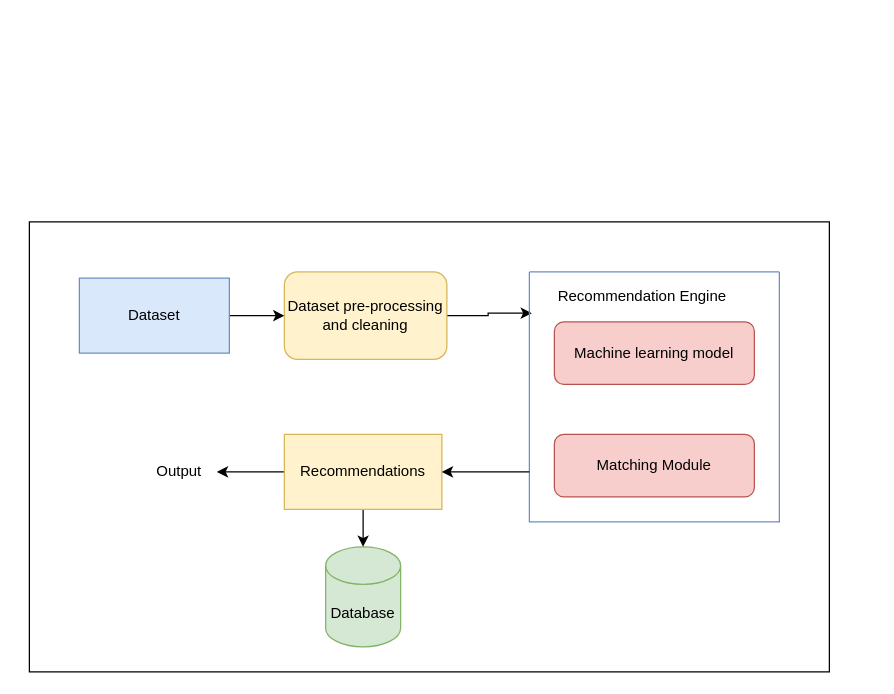
The draw.io diagram Chart Diagram.drawio in JohnMugambi/Files, before the edit. Source tidied: cells renumbered, new cells numbered last; positions are measured from the earlier drawing's top-left corner, leaving out a move shared by most shapes. Both pictures are drawn from the tidied source at 125%, with x=0, y=0 at pixel (29, 221).
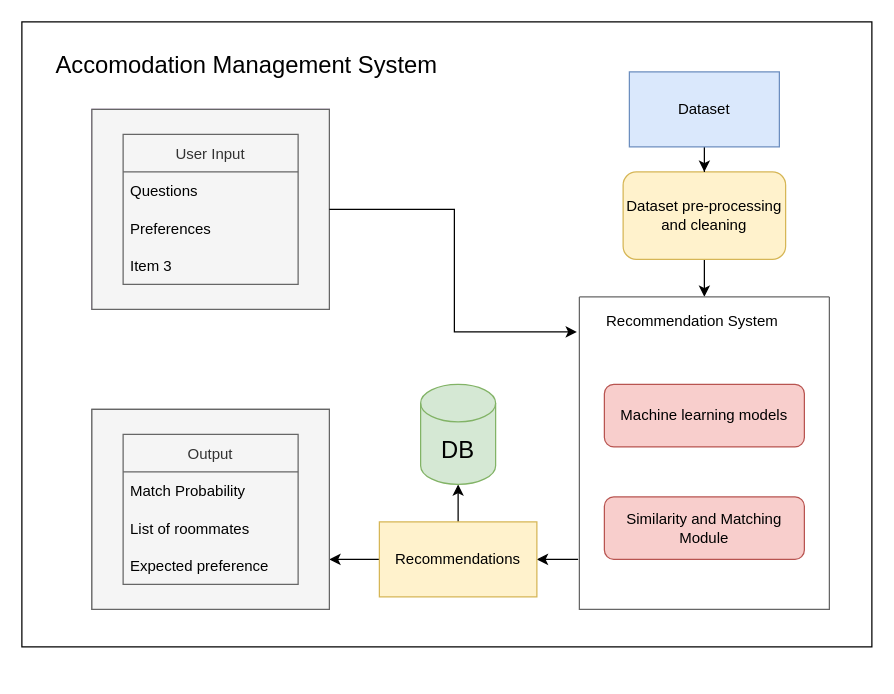
The same page after the edit.

What changed in the source:
```diff
@@
     <mxCell id="2" style="rounded=0;whiteSpace=wrap;html=1;" parent="1" vertex="1">
-      <mxGeometry width="640" height="360" as="geometry" />
+      <mxGeometry x="-6" y="-160" width="680" height="500" as="geometry" />
     </mxCell>
-    <mxCell id="3" value="Database" style="shape=cylinder3;whiteSpace=wrap;html=1;boundedLbl=1;backgroundOutline=1;size=15;fillColor=#d5e8d4;strokeColor=#82b366;" parent="1" vertex="1">
-      <mxGeometry x="237" y="260" width="60" height="80" as="geometry" />
-    </mxCell>
-    <mxCell id="4" style="edgeStyle=orthogonalEdgeStyle;rounded=0;jettySize=auto;html=1;entryX=0.01;entryY=0.165;entryDx=0;entryDy=0;entryPerimeter=0;" parent="1" edge="1" source="5" target="8">
+    <mxCell id="4" style="edgeStyle=orthogonalEdgeStyle;rounded=0;jettySize=auto;html=1;entryX=0.5;entryY=0;entryDx=0;entryDy=0;" parent="1" edge="1" source="5" target="8">
       <mxGeometry relative="1" as="geometry" />
     </mxCell>
     <mxCell id="5" value="Dataset pre-processing and cleaning " style="rounded=1;whiteSpace=wrap;html=1;fillColor=#fff2cc;strokeColor=#d6b656;" parent="1" vertex="1">
-      <mxGeometry x="204" y="40" width="130" height="70" as="geometry" />
+      <mxGeometry x="475" y="-40" width="130" height="70" as="geometry" />
     </mxCell>
-    <mxCell id="6" style="edgeStyle=orthogonalEdgeStyle;rounded=0;jettySize=auto;html=1;entryX=0;entryY=0.5;entryDx=0;entryDy=0;" parent="1" edge="1" source="7" target="5">
+    <mxCell id="6" style="edgeStyle=orthogonalEdgeStyle;rounded=0;jettySize=auto;html=1;entryX=0.5;entryY=0;entryDx=0;entryDy=0;" parent="1" edge="1" source="7" target="5">
       <mxGeometry relative="1" as="geometry" />
     </mxCell>
-    <mxCell id="7" value="Dataset" style="rounded=0;whiteSpace=wrap;html=1;fillColor=#dae8fc;strokeColor=#6c8ebf;" parent="1" vertex="1">
-      <mxGeometry x="40" y="45" width="120" height="60" as="geometry" />
-    </mxCell>
+    <mxCell id="18" style="edgeStyle=orthogonalEdgeStyle;rounded=0;jettySize=auto;html=1;exitX=-0.005;exitY=0.84;exitDx=0;exitDy=0;exitPerimeter=0;" parent="1" edge="1" source="8" target="15">
+      <mxGeometry relative="1" as="geometry" />
+    </mxCell>
-    <mxCell id="8" style="swimlane;startSize=0;fillColor=#dae8fc;strokeColor=#6c8ebf;" parent="1" vertex="1">
-      <mxGeometry x="400" y="40" width="200" height="200" as="geometry" />
+    <mxCell id="8" style="swimlane;startSize=0;fillColor=#f5f5f5;strokeColor=#666666;fontColor=#333333;" parent="1" vertex="1">
+      <mxGeometry x="440" y="60" width="200" height="250" as="geometry" />
     </mxCell>
-    <mxCell id="9" value="Recommendation Engine" style="text;html=1;align=center;verticalAlign=middle;strokeColor=none;fillColor=none;" parent="8" vertex="1">
-      <mxGeometry x="10" y="10" width="160" height="20" as="geometry" />
+    <mxCell id="9" value="Recommendation System" style="text;html=1;align=center;verticalAlign=middle;strokeColor=none;fillColor=none;" parent="8" vertex="1">
+      <mxGeometry x="10" y="5" width="160" height="30" as="geometry" />
     </mxCell>
-    <mxCell id="10" value="Machine learning model" style="rounded=1;whiteSpace=wrap;html=1;fillColor=#f8cecc;strokeColor=#b85450;" parent="8" vertex="1">
-      <mxGeometry x="20" y="40" width="160" height="50" as="geometry" />
+    <mxCell id="10" value="Machine learning models" style="rounded=1;whiteSpace=wrap;html=1;fillColor=#f8cecc;strokeColor=#b85450;" parent="8" vertex="1">
+      <mxGeometry x="20" y="70" width="160" height="50" as="geometry" />
     </mxCell>
-    <mxCell id="11" value="Matching Module" style="rounded=1;whiteSpace=wrap;html=1;fillColor=#f8cecc;strokeColor=#b85450;" parent="8" vertex="1">
-      <mxGeometry x="20" y="130" width="160" height="50" as="geometry" />
+    <mxCell id="11" value="Similarity and Matching Module" style="rounded=1;whiteSpace=wrap;html=1;fillColor=#f8cecc;strokeColor=#b85450;" parent="8" vertex="1">
+      <mxGeometry x="20" y="160" width="160" height="50" as="geometry" />
     </mxCell>
-    <mxCell id="12" style="edgeStyle=orthogonalEdgeStyle;rounded=0;jettySize=auto;html=1;" parent="1" edge="1" source="15" target="3">
-      <mxGeometry relative="1" as="geometry" />
-    </mxCell>
@@
-    <mxCell id="14" style="edgeStyle=orthogonalEdgeStyle;rounded=0;jettySize=auto;html=1;" parent="1" edge="1" source="15" target="17">
-      <mxGeometry relative="1" as="geometry" />
-    </mxCell>
+    <mxCell id="19" style="edgeStyle=orthogonalEdgeStyle;rounded=0;jettySize=auto;html=1;entryX=1;entryY=0.75;entryDx=0;entryDy=0;" parent="1" edge="1" source="15" target="28">
+      <mxGeometry relative="1" as="geometry" />
+    </mxCell>
+    <mxCell id="20" style="edgeStyle=orthogonalEdgeStyle;rounded=0;jettySize=auto;html=1;fontSize=19;" parent="1" edge="1" source="15" target="34">
+      <mxGeometry relative="1" as="geometry" />
+    </mxCell>
     <mxCell id="15" value="Recommendations" style="rounded=0;whiteSpace=wrap;html=1;fillColor=#fff2cc;strokeColor=#d6b656;" parent="1" vertex="1">
-      <mxGeometry x="204" y="170" width="126" height="60" as="geometry" />
+      <mxGeometry x="280" y="240" width="126" height="60" as="geometry" />
     </mxCell>
-    <mxCell id="16" style="endArrow=classic;html=1;rounded=0;entryX=1;entryY=0.5;entryDx=0;entryDy=0;" parent="1" edge="1" target="15">
-      <mxGeometry relative="1" as="geometry">
-        <mxPoint x="400" y="200" as="sourcePoint" />
-      </mxGeometry>
-    </mxCell>
+    <mxCell id="7" value="Dataset" style="rounded=0;whiteSpace=wrap;html=1;fillColor=#dae8fc;strokeColor=#6c8ebf;" parent="1" vertex="1">
+      <mxGeometry x="480" y="-120" width="120" height="60" as="geometry" />
+    </mxCell>
+    <mxCell id="21" style="group;fillColor=#e1d5e7;strokeColor=#9673a6;" parent="1" vertex="1">
+      <mxGeometry x="50" y="-90" width="190" height="160" as="geometry" />
+    </mxCell>
+    <mxCell id="22" style="rounded=0;whiteSpace=wrap;html=1;fillColor=#f5f5f5;strokeColor=#666666;fontColor=#333333;" parent="21" vertex="1">
+      <mxGeometry width="190" height="160" as="geometry" />
+    </mxCell>
+    <mxCell id="23" value="User Input" style="swimlane;fontStyle=0;horizontal=1;startSize=30;fillColor=#f5f5f5;fontColor=#333333;strokeColor=#666666;" parent="21" vertex="1">
+      <mxGeometry x="25" y="20" width="140" height="120" as="geometry" />
+    </mxCell>
+    <mxCell id="24" value="Questions" style="text;strokeColor=none;fillColor=none;align=left;verticalAlign=middle;spacingLeft=4;spacingRight=4;overflow=hidden;" parent="23" vertex="1">
+      <mxGeometry y="30" width="140" height="30" as="geometry" />
+    </mxCell>
+    <mxCell id="25" value="Preferences" style="text;strokeColor=none;fillColor=none;align=left;verticalAlign=middle;spacingLeft=4;spacingRight=4;overflow=hidden;" parent="23" vertex="1">
+      <mxGeometry y="60" width="140" height="30" as="geometry" />
+    </mxCell>
+    <mxCell id="26" value="Item 3" style="text;strokeColor=none;fillColor=none;align=left;verticalAlign=middle;spacingLeft=4;spacingRight=4;overflow=hidden;" parent="23" vertex="1">
+      <mxGeometry y="90" width="140" height="30" as="geometry" />
+    </mxCell>
+    <mxCell id="27" style="group;fillColor=#f5f5f5;fontColor=#333333;strokeColor=#666666;" parent="1" vertex="1">
+      <mxGeometry x="50" y="150" width="190" height="160" as="geometry" />
+    </mxCell>
+    <mxCell id="28" style="rounded=0;whiteSpace=wrap;html=1;fillColor=#f5f5f5;fontColor=#333333;strokeColor=#666666;" parent="27" vertex="1">
+      <mxGeometry width="190" height="160" as="geometry" />
+    </mxCell>
-    <mxCell id="17" value="Output" style="text;html=1;strokeColor=none;fillColor=none;align=center;verticalAlign=middle;whiteSpace=wrap;rounded=0;" parent="1" vertex="1">
-      <mxGeometry x="90" y="185" width="60" height="30" as="geometry" />
+    <mxCell id="17" value="Output" style="swimlane;fontStyle=0;horizontal=1;startSize=30;fillColor=#f5f5f5;fontColor=#333333;strokeColor=#666666;" parent="27" vertex="1">
+      <mxGeometry x="25" y="20" width="140" height="120" as="geometry" />
     </mxCell>
+    <mxCell id="29" value="Match Probability" style="text;strokeColor=none;fillColor=none;align=left;verticalAlign=middle;spacingLeft=4;spacingRight=4;overflow=hidden;" parent="17" vertex="1">
+      <mxGeometry y="30" width="140" height="30" as="geometry" />
+    </mxCell>
+    <mxCell id="30" value="List of roommates" style="text;strokeColor=none;fillColor=none;align=left;verticalAlign=middle;spacingLeft=4;spacingRight=4;overflow=hidden;" parent="17" vertex="1">
+      <mxGeometry y="60" width="140" height="30" as="geometry" />
+    </mxCell>
+    <mxCell id="31" value="Expected preference" style="text;strokeColor=none;fillColor=none;align=left;verticalAlign=middle;spacingLeft=4;spacingRight=4;overflow=hidden;" parent="17" vertex="1">
+      <mxGeometry y="90" width="140" height="30" as="geometry" />
+    </mxCell>
+    <mxCell id="32" style="edgeStyle=orthogonalEdgeStyle;rounded=0;jettySize=auto;html=1;entryX=-0.01;entryY=0.112;entryDx=0;entryDy=0;entryPerimeter=0;" parent="1" edge="1" source="22" target="8">
+      <mxGeometry relative="1" as="geometry" />
+    </mxCell>
+    <mxCell id="33" value="Accomodation Management System" style="text;html=1;strokeColor=none;fillColor=none;align=center;verticalAlign=middle;whiteSpace=wrap;rounded=0;strokeWidth=1;fontSize=19;" parent="1" vertex="1">
+      <mxGeometry x="14" y="-140" width="320" height="30" as="geometry" />
+    </mxCell>
+    <mxCell id="34" value="DB" style="shape=cylinder3;whiteSpace=wrap;html=1;boundedLbl=1;backgroundOutline=1;size=15;fontSize=19;strokeWidth=1;fillColor=#d5e8d4;strokeColor=#82b366;" parent="1" vertex="1">
+      <mxGeometry x="313" y="130" width="60" height="80" as="geometry" />
+    </mxCell>
```
